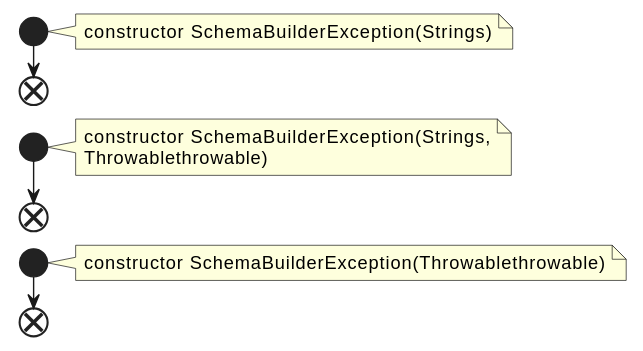
The PlantUML diagram docs/qc/connect/api/src/main/java/org/apache/kafka/connect/errors/SchemaBuilderException.java.fct.svg in qualitesys/kafka, before a commit.
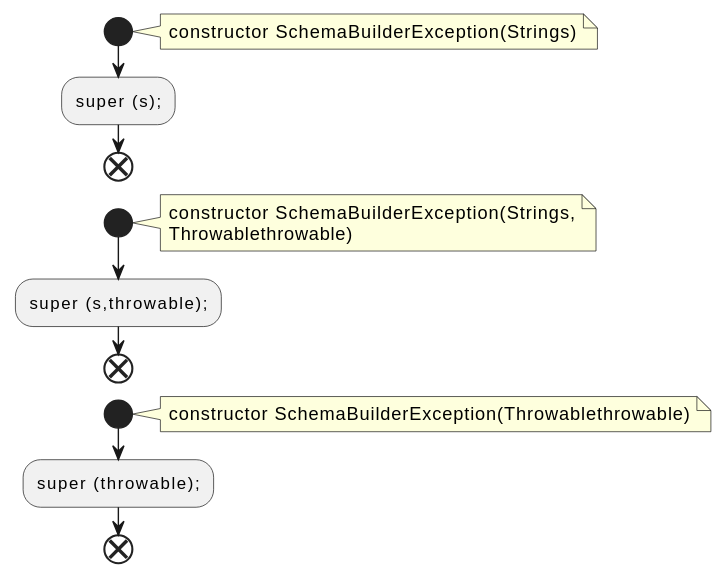
The same diagram one commit later.

Change to the diagram source:
```diff
@@ -4,16 +4,19 @@
 note right
 constructor SchemaBuilderException(Strings)
 end note
+:super (s);;
 end
 start
 note right
 constructor SchemaBuilderException(Strings,
 Throwablethrowable)
 end note
+:super (s,throwable);;
 end
 start
 note right
 constructor SchemaBuilderException(Throwablethrowable)
 end note
+:super (throwable);;
 end
 @enduml
```
